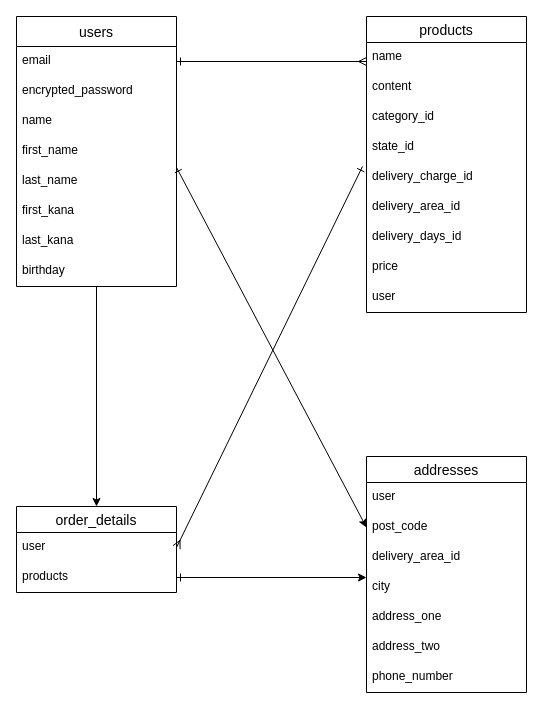
Before: furima.dio in shun1127/furima-37811, a draw.io diagram. Source tidied: cells renumbered, new cells numbered last; positions are measured from the earlier drawing's top-left corner, leaving out a move shared by most shapes. Both pictures are drawn from the tidied source at 100%, with x=0, y=0 at pixel (16, 16).
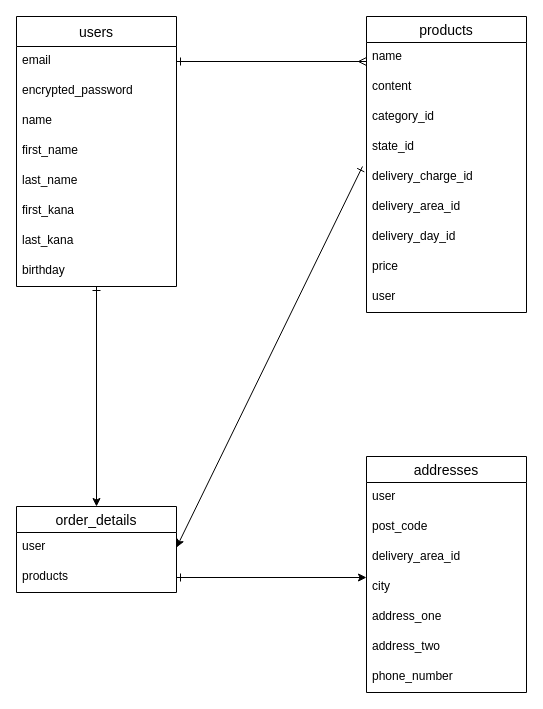
The same page after the edit.

The change refers to these unchanged cells:
```xml
<mxCell id="3" value="users" style="swimlane;fontStyle=0;horizontal=1;startSize=30;align=center;fontSize=14;" parent="1" vertex="1">
  <mxGeometry width="160" height="270" as="geometry" />
</mxCell>
<mxCell id="8" value="last_name" style="text;strokeColor=none;fillColor=none;spacingLeft=4;spacingRight=4;overflow=hidden;points=[[0,0.5],[1,0.5]];portConstraint=eastwest;fontSize=12;" parent="3" vertex="1">
  <mxGeometry y="150" width="160" height="30" as="geometry" />
</mxCell>
<mxCell id="12" value="products" style="swimlane;fontStyle=0;horizontal=1;startSize=26;align=center;fontSize=14;" parent="1" vertex="1">
  <mxGeometry x="350" width="160" height="296" as="geometry" />
</mxCell>
<mxCell id="16" value="state_id" style="text;strokeColor=none;fillColor=none;spacingLeft=4;spacingRight=4;overflow=hidden;points=[[0,0.5],[1,0.5]];portConstraint=eastwest;fontSize=12;" parent="12" vertex="1">
  <mxGeometry y="116" width="160" height="30" as="geometry" />
</mxCell>
<mxCell id="30" value="order_details" style="swimlane;fontStyle=0;horizontal=1;startSize=26;align=center;fontSize=14;" parent="1" vertex="1">
  <mxGeometry y="490" width="160" height="86" as="geometry" />
</mxCell>
<mxCell id="31" value="user" style="text;strokeColor=none;fillColor=none;spacingLeft=4;spacingRight=4;overflow=hidden;points=[[0,0.5],[1,0.5]];portConstraint=eastwest;fontSize=12;" parent="30" vertex="1">
  <mxGeometry y="26" width="160" height="30" as="geometry" />
</mxCell>
```

The edit, as a diff of the source:
```diff
@@
-    <mxCell id="2" style="edgeStyle=none;html=1;entryX=0.5;entryY=0;entryDx=0;entryDy=0;" parent="1" edge="1" source="3" target="30">
+    <mxCell id="2" style="edgeStyle=none;html=1;entryX=0.5;entryY=0;entryDx=0;entryDy=0;startArrow=ERone;startFill=0;" parent="1" edge="1" source="3" target="30">
       <mxGeometry relative="1" as="geometry" />
     </mxCell>
@@
-    <mxCell id="19" value="delivery_days_id" style="text;strokeColor=none;fillColor=none;spacingLeft=4;spacingRight=4;overflow=hidden;fontSize=12;" parent="12" vertex="1">
+    <mxCell id="19" value="delivery_day_id" style="text;strokeColor=none;fillColor=none;spacingLeft=4;spacingRight=4;overflow=hidden;fontSize=12;" parent="12" vertex="1">
       <mxGeometry y="206" width="160" height="30" as="geometry" />
     </mxCell>
@@
-    <mxCell id="34" style="edgeStyle=none;html=1;exitX=1;exitY=0.033;exitDx=0;exitDy=0;entryX=0;entryY=0.5;entryDx=0;entryDy=0;startArrow=ERone;startFill=0;endArrow=classic;endFill=1;exitPerimeter=0;" parent="1" edge="1" source="8">
-      <mxGeometry relative="1" as="geometry">
-        <mxPoint x="350" y="511" as="targetPoint" />
-      </mxGeometry>
-    </mxCell>
-    <mxCell id="35" style="edgeStyle=none;html=1;exitX=-0.025;exitY=1.133;exitDx=0;exitDy=0;entryX=1;entryY=0.5;entryDx=0;entryDy=0;startArrow=ERone;startFill=0;endArrow=ERmany;endFill=0;exitPerimeter=0;" parent="1" edge="1" source="16" target="31">
+    <mxCell id="35" style="edgeStyle=none;html=1;exitX=-0.025;exitY=1.133;exitDx=0;exitDy=0;entryX=1;entryY=0.5;entryDx=0;entryDy=0;startArrow=ERone;startFill=0;endArrow=classic;endFill=1;exitPerimeter=0;" parent="1" edge="1" source="16" target="31">
       <mxGeometry relative="1" as="geometry" />
     </mxCell>
```
